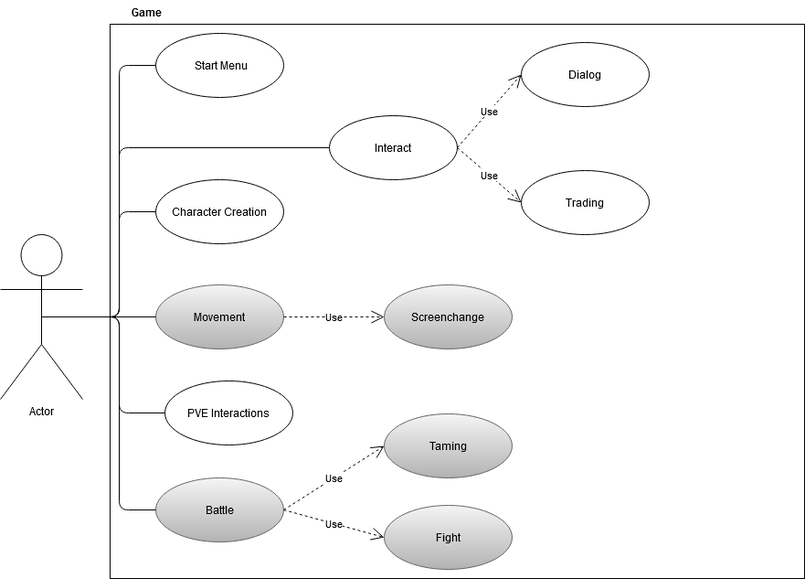
Above: use_cases.png in LittleBeasts/documentation (draw.io), before the change. Source tidied: cells renumbered, new cells last; positions are measured from the earlier drawing's top-left corner, leaving out a move shared by most shapes.
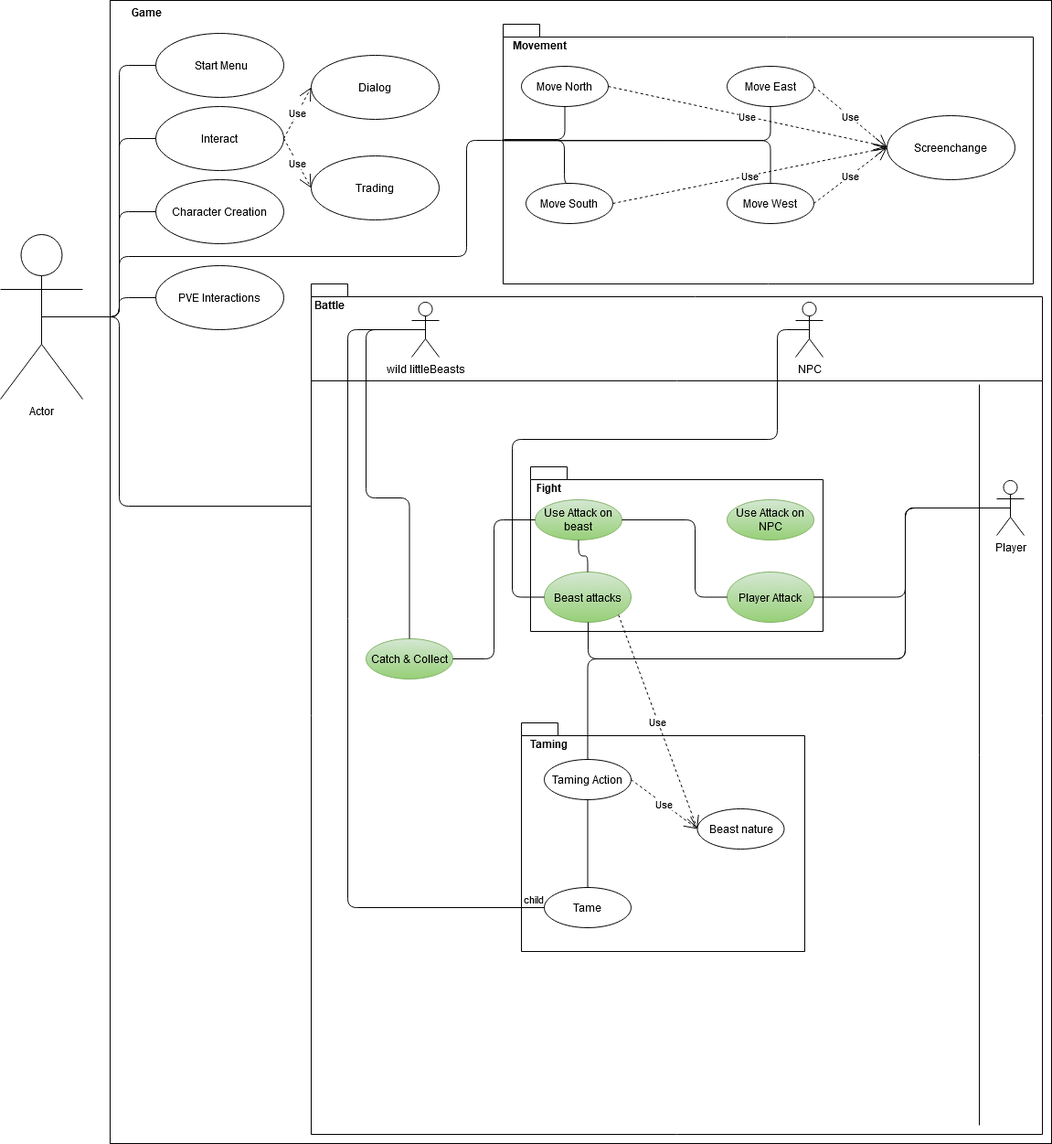
Later version of the same file.

Diff of the diagram source:
```diff
@@ -3,60 +3,36 @@
     <mxCell id="0" />
     <mxCell id="1" parent="0" />
     <mxCell id="2" value="Actor" style="shape=umlActor;verticalLabelPosition=bottom;verticalAlign=top;html=1;outlineConnect=0;" parent="1" vertex="1">
-      <mxGeometry y="256" width="90" height="180" as="geometry" />
+      <mxGeometry x="-230" y="152" width="90" height="180" as="geometry" />
     </mxCell>
     <mxCell id="3" style="html=1;" parent="1" vertex="1">
-      <mxGeometry x="120" y="26" width="760" height="606" as="geometry" />
+      <mxGeometry x="-110" y="-104" width="1030" height="1250" as="geometry" />
     </mxCell>
     <mxCell id="4" value="Game" style="text;align=center;fontStyle=1;verticalAlign=middle;spacingLeft=3;spacingRight=3;strokeColor=none;" parent="1" vertex="1">
-      <mxGeometry x="120" width="80" height="26" as="geometry" />
+      <mxGeometry x="-110" y="-104" width="80" height="26" as="geometry" />
     </mxCell>
-    <mxCell id="5" value="Movement" style="ellipse;whiteSpace=wrap;html=1;fillColor=#f5f5f5;gradientColor=#b3b3b3;strokeColor=#666666;" parent="1" vertex="1">
-      <mxGeometry x="170" y="311" width="140" height="70" as="geometry" />
-    </mxCell>
-    <mxCell id="6" value="Taming" style="ellipse;whiteSpace=wrap;html=1;gradientColor=#b3b3b3;fillColor=#f5f5f5;strokeColor=#666666;" parent="1" vertex="1">
-      <mxGeometry x="420" y="452" width="140" height="70" as="geometry" />
-    </mxCell>
-    <mxCell id="7" value="Battle" style="ellipse;whiteSpace=wrap;html=1;fillColor=#f5f5f5;gradientColor=#b3b3b3;strokeColor=#666666;" parent="1" vertex="1">
-      <mxGeometry x="170" y="522" width="140" height="70" as="geometry" />
-    </mxCell>
     <mxCell id="8" value="&lt;div&gt;&amp;nbsp;Start Menu&lt;/div&gt;" style="ellipse;whiteSpace=wrap;html=1;" parent="1" vertex="1">
-      <mxGeometry x="170" y="36" width="140" height="70" as="geometry" />
+      <mxGeometry x="-60" y="-68" width="140" height="70" as="geometry" />
     </mxCell>
-    <mxCell id="9" value="Fight" style="ellipse;whiteSpace=wrap;html=1;gradientColor=#b3b3b3;fillColor=#f5f5f5;strokeColor=#666666;" parent="1" vertex="1">
-      <mxGeometry x="420" y="552" width="140" height="70" as="geometry" />
-    </mxCell>
-    <mxCell id="10" style="endArrow=none;html=1;edgeStyle=orthogonalEdgeStyle;exitX=0.5;exitY=0.5;exitDx=0;exitDy=0;exitPerimeter=0;" parent="1" edge="1" source="2" target="5">
-      <mxGeometry relative="1" as="geometry" />
-    </mxCell>
     <mxCell id="11" style="endArrow=none;html=1;edgeStyle=orthogonalEdgeStyle;entryX=0;entryY=0.5;entryDx=0;entryDy=0;" parent="1" edge="1" source="2" target="8">
       <mxGeometry relative="1" as="geometry" />
     </mxCell>
-    <mxCell id="12" style="endArrow=none;html=1;edgeStyle=orthogonalEdgeStyle;entryX=0;entryY=0.5;entryDx=0;entryDy=0;" parent="1" edge="1" source="2" target="7">
-      <mxGeometry relative="1" as="geometry" />
-    </mxCell>
-    <mxCell id="13" value="Use" style="endArrow=open;endSize=12;dashed=1;html=1;exitX=1;exitY=0.5;exitDx=0;exitDy=0;entryX=0;entryY=0.5;entryDx=0;entryDy=0;" parent="1" edge="1" source="7" target="6">
-      <mxGeometry relative="1" as="geometry" />
-    </mxCell>
-    <mxCell id="14" value="Use" style="endArrow=open;endSize=12;dashed=1;html=1;exitX=1;exitY=0.5;exitDx=0;exitDy=0;entryX=0;entryY=0.5;entryDx=0;entryDy=0;" parent="1" edge="1" source="7" target="9">
-      <mxGeometry relative="1" as="geometry" />
-    </mxCell>
     <mxCell id="15" value="Interact" style="ellipse;whiteSpace=wrap;html=1;" parent="1" vertex="1">
-      <mxGeometry x="360" y="126" width="140" height="70" as="geometry" />
+      <mxGeometry x="-60" y="12" width="140" height="70" as="geometry" />
     </mxCell>
     <mxCell id="16" style="endArrow=none;html=1;edgeStyle=orthogonalEdgeStyle;exitX=0.5;exitY=0.5;exitDx=0;exitDy=0;exitPerimeter=0;entryX=0;entryY=0.5;entryDx=0;entryDy=0;" parent="1" edge="1" source="2" target="15">
       <mxGeometry relative="1" as="geometry">
         <Array as="points">
-          <mxPoint x="130" y="346" />
-          <mxPoint x="130" y="161" />
+          <mxPoint x="-100" y="242" />
+          <mxPoint x="-100" y="47" />
         </Array>
       </mxGeometry>
     </mxCell>
     <mxCell id="17" value="Dialog" style="ellipse;whiteSpace=wrap;html=1;" parent="1" vertex="1">
-      <mxGeometry x="570" y="46" width="140" height="70" as="geometry" />
+      <mxGeometry x="110" y="-44" width="140" height="70" as="geometry" />
     </mxCell>
     <mxCell id="18" value="Trading" style="ellipse;whiteSpace=wrap;html=1;" parent="1" vertex="1">
-      <mxGeometry x="570" y="186" width="140" height="70" as="geometry" />
+      <mxGeometry x="110" y="66" width="140" height="70" as="geometry" />
     </mxCell>
     <mxCell id="19" value="Use" style="endArrow=open;endSize=12;dashed=1;html=1;exitX=1;exitY=0.5;exitDx=0;exitDy=0;entryX=0;entryY=0.5;entryDx=0;entryDy=0;" parent="1" edge="1" source="15" target="17">
       <mxGeometry relative="1" as="geometry" />
@@ -64,28 +40,237 @@
     <mxCell id="20" value="Use" style="endArrow=open;endSize=12;dashed=1;html=1;exitX=1;exitY=0.5;exitDx=0;exitDy=0;entryX=0;entryY=0.5;entryDx=0;entryDy=0;" parent="1" edge="1" source="15" target="18">
       <mxGeometry relative="1" as="geometry" />
     </mxCell>
-    <mxCell id="21" value="Screenchange" style="ellipse;whiteSpace=wrap;html=1;gradientColor=#b3b3b3;fillColor=#f5f5f5;strokeColor=#666666;" parent="1" vertex="1">
-      <mxGeometry x="420" y="311" width="140" height="70" as="geometry" />
-    </mxCell>
-    <mxCell id="22" value="Use" style="endArrow=open;endSize=12;dashed=1;html=1;exitX=1;exitY=0.5;exitDx=0;exitDy=0;entryX=0;entryY=0.5;entryDx=0;entryDy=0;" parent="1" edge="1" source="5" target="21">
-      <mxGeometry relative="1" as="geometry" />
-    </mxCell>
     <mxCell id="23" value="Character Creation" style="ellipse;whiteSpace=wrap;html=1;strokeColor=#000000;" parent="1" vertex="1">
-      <mxGeometry x="170" y="196" width="140" height="70" as="geometry" />
+      <mxGeometry x="-60" y="92" width="140" height="70" as="geometry" />
     </mxCell>
     <mxCell id="24" style="endArrow=none;html=1;edgeStyle=orthogonalEdgeStyle;exitX=0.5;exitY=0.5;exitDx=0;exitDy=0;exitPerimeter=0;entryX=0;entryY=0.5;entryDx=0;entryDy=0;" parent="1" edge="1" source="2" target="23">
       <mxGeometry relative="1" as="geometry" />
     </mxCell>
     <mxCell id="25" value="PVE Interactions" style="ellipse;whiteSpace=wrap;html=1;strokeColor=#000000;" parent="1" vertex="1">
-      <mxGeometry x="180" y="416" width="140" height="70" as="geometry" />
+      <mxGeometry x="-60" y="186" width="140" height="70" as="geometry" />
     </mxCell>
     <mxCell id="26" style="endArrow=none;html=1;edgeStyle=orthogonalEdgeStyle;exitX=0.5;exitY=0.5;exitDx=0;exitDy=0;exitPerimeter=0;entryX=0;entryY=0.5;entryDx=0;entryDy=0;" parent="1" edge="1" source="2" target="25">
       <mxGeometry relative="1" as="geometry">
         <Array as="points">
-          <mxPoint x="130" y="346" />
-          <mxPoint x="130" y="451" />
+          <mxPoint x="-100" y="242" />
+          <mxPoint x="-100" y="221" />
         </Array>
       </mxGeometry>
     </mxCell>
+    <mxCell id="27" style="shape=folder;fontStyle=1;spacingTop=10;tabWidth=40;tabHeight=14;tabPosition=left;html=1;" parent="1" vertex="1">
+      <mxGeometry x="110" y="206" width="800" height="930" as="geometry" />
+    </mxCell>
+    <mxCell id="7" value="Battle" style="text;align=center;fontStyle=1;verticalAlign=middle;spacingLeft=3;spacingRight=3;strokeColor=none;points=[[0,0.5],[1,0.5]];portConstraint=eastwest;" parent="1" vertex="1">
+      <mxGeometry x="90" y="216" width="80" height="26" as="geometry" />
+    </mxCell>
+    <mxCell id="28" style="line;strokeWidth=1;fillColor=none;align=left;verticalAlign=middle;spacingTop=-1;spacingLeft=3;spacingRight=3;labelPosition=right;" parent="1" vertex="1">
+      <mxGeometry x="110" y="308" width="800" height="8" as="geometry" />
+    </mxCell>
+    <mxCell id="29" style="line;strokeWidth=1;fillColor=none;align=left;verticalAlign=middle;spacingTop=-1;spacingLeft=3;spacingRight=3;labelPosition=right;direction=south;" parent="1" vertex="1">
+      <mxGeometry x="840" y="316" width="2" height="810" as="geometry" />
+    </mxCell>
+    <mxCell id="30" value="Player" style="shape=umlActor;verticalLabelPosition=bottom;verticalAlign=top;html=1;" parent="1" vertex="1">
+      <mxGeometry x="860" y="421" width="30" height="60" as="geometry" />
+    </mxCell>
+    <mxCell id="31" value="&lt;div&gt;NPC&lt;/div&gt;" style="shape=umlActor;verticalLabelPosition=bottom;verticalAlign=top;html=1;" parent="1" vertex="1">
+      <mxGeometry x="640" y="226" width="30" height="60" as="geometry" />
+    </mxCell>
+    <mxCell id="32" value="wild littleBeasts" style="shape=umlActor;verticalLabelPosition=bottom;verticalAlign=top;html=1;" parent="1" vertex="1">
+      <mxGeometry x="220" y="226" width="30" height="60" as="geometry" />
+    </mxCell>
+    <mxCell id="33" style="shape=folder;fontStyle=1;spacingTop=10;tabWidth=40;tabHeight=14;tabPosition=left;html=1;" parent="1" vertex="1">
+      <mxGeometry x="350" y="406" width="320" height="180" as="geometry" />
+    </mxCell>
+    <mxCell id="9" value="Fight" style="text;align=center;fontStyle=1;verticalAlign=middle;spacingLeft=3;spacingRight=3;strokeColor=none;points=[[0,0.5],[1,0.5]];portConstraint=eastwest;" parent="1" vertex="1">
+      <mxGeometry x="330" y="416" width="80" height="26" as="geometry" />
+    </mxCell>
+    <mxCell id="34" value="Use Attack on beast" style="ellipse;whiteSpace=wrap;html=1;gradientColor=#97d077;fillColor=#d5e8d4;strokeColor=#82b366;" parent="1" vertex="1">
+      <mxGeometry x="355" y="442" width="95" height="44" as="geometry" />
+    </mxCell>
+    <mxCell id="35" value="Use Attack on NPC" style="ellipse;whiteSpace=wrap;html=1;gradientColor=#97d077;fillColor=#d5e8d4;strokeColor=#82b366;" parent="1" vertex="1">
+      <mxGeometry x="565" y="442" width="95" height="44" as="geometry" />
+    </mxCell>
+    <mxCell id="36" value="Beast attacks" style="ellipse;whiteSpace=wrap;html=1;gradientColor=#97d077;fillColor=#d5e8d4;strokeColor=#82b366;" parent="1" vertex="1">
+      <mxGeometry x="365" y="521" width="95" height="55" as="geometry" />
+    </mxCell>
+    <mxCell id="37" value="Player Attack" style="ellipse;whiteSpace=wrap;html=1;gradientColor=#97d077;fillColor=#d5e8d4;strokeColor=#82b366;" parent="1" vertex="1">
+      <mxGeometry x="565" y="521" width="95" height="55" as="geometry" />
+    </mxCell>
+    <mxCell id="38" value="Catch &amp;amp; Collect" style="ellipse;whiteSpace=wrap;html=1;fillColor=#d5e8d4;strokeColor=#82b366;gradientColor=#97d077;" parent="1" vertex="1">
+      <mxGeometry x="170" y="594" width="95" height="44" as="geometry" />
+    </mxCell>
+    <mxCell id="39" style="endArrow=none;html=1;edgeStyle=orthogonalEdgeStyle;entryX=1;entryY=0.5;entryDx=0;entryDy=0;exitX=0.5;exitY=0.5;exitDx=0;exitDy=0;exitPerimeter=0;" parent="1" edge="1" source="30" target="37">
+      <mxGeometry relative="1" as="geometry" />
+    </mxCell>
+    <mxCell id="40" style="endArrow=none;html=1;edgeStyle=orthogonalEdgeStyle;entryX=0.5;entryY=0.5;entryDx=0;entryDy=0;entryPerimeter=0;" parent="1" edge="1" target="30">
+      <mxGeometry relative="1" as="geometry">
+        <mxPoint x="413" y="576" as="sourcePoint" />
+        <Array as="points">
+          <mxPoint x="413" y="616" />
+          <mxPoint x="760" y="616" />
+          <mxPoint x="760" y="451" />
+        </Array>
+      </mxGeometry>
+    </mxCell>
+    <mxCell id="41" style="endArrow=none;html=1;edgeStyle=orthogonalEdgeStyle;exitX=0.5;exitY=1;exitDx=0;exitDy=0;entryX=0.5;entryY=0;entryDx=0;entryDy=0;" parent="1" edge="1" source="34" target="36">
+      <mxGeometry relative="1" as="geometry" />
+    </mxCell>
+    <mxCell id="42" style="endArrow=none;html=1;edgeStyle=orthogonalEdgeStyle;exitX=0;exitY=0.5;exitDx=0;exitDy=0;entryX=1;entryY=0.5;entryDx=0;entryDy=0;" parent="1" edge="1" source="37" target="34">
+      <mxGeometry relative="1" as="geometry">
+        <Array as="points">
+          <mxPoint x="530" y="548" />
+          <mxPoint x="530" y="464" />
+        </Array>
+      </mxGeometry>
+    </mxCell>
+    <mxCell id="43" style="endArrow=none;html=1;edgeStyle=orthogonalEdgeStyle;exitX=0;exitY=0.5;exitDx=0;exitDy=0;entryX=0.5;entryY=0.5;entryDx=0;entryDy=0;entryPerimeter=0;" parent="1" edge="1" source="36" target="31">
+      <mxGeometry relative="1" as="geometry">
+        <Array as="points">
+          <mxPoint x="330" y="548" />
+          <mxPoint x="330" y="376" />
+          <mxPoint x="620" y="376" />
+          <mxPoint x="620" y="256" />
+        </Array>
+      </mxGeometry>
+    </mxCell>
+    <mxCell id="44" style="endArrow=none;html=1;edgeStyle=orthogonalEdgeStyle;exitX=0.5;exitY=0;exitDx=0;exitDy=0;entryX=0.5;entryY=0.5;entryDx=0;entryDy=0;entryPerimeter=0;" parent="1" edge="1" source="38" target="32">
+      <mxGeometry relative="1" as="geometry">
+        <Array as="points">
+          <mxPoint x="217" y="440" />
+          <mxPoint x="170" y="440" />
+          <mxPoint x="170" y="256" />
+        </Array>
+      </mxGeometry>
+    </mxCell>
+    <mxCell id="45" style="endArrow=none;html=1;edgeStyle=orthogonalEdgeStyle;exitX=0;exitY=0.5;exitDx=0;exitDy=0;entryX=1;entryY=0.5;entryDx=0;entryDy=0;" parent="1" edge="1" source="34" target="38">
+      <mxGeometry relative="1" as="geometry" />
+    </mxCell>
+    <mxCell id="46" style="shape=folder;fontStyle=1;spacingTop=10;tabWidth=40;tabHeight=14;tabPosition=left;html=1;" parent="1" vertex="1">
+      <mxGeometry x="340" y="686" width="310" height="250" as="geometry" />
+    </mxCell>
+    <mxCell id="6" value="Taming" style="text;align=center;fontStyle=1;verticalAlign=middle;spacingLeft=3;spacingRight=3;strokeColor=none;points=[[0,0.5],[1,0.5]];portConstraint=eastwest;" parent="1" vertex="1">
+      <mxGeometry x="330" y="696" width="80" height="26" as="geometry" />
+    </mxCell>
+    <mxCell id="47" value="Taming Action" style="ellipse;whiteSpace=wrap;html=1;" parent="1" vertex="1">
+      <mxGeometry x="365" y="726" width="95" height="44" as="geometry" />
+    </mxCell>
+    <mxCell id="48" value="Tame" style="ellipse;whiteSpace=wrap;html=1;" parent="1" vertex="1">
+      <mxGeometry x="365" y="866" width="95" height="44" as="geometry" />
+    </mxCell>
+    <mxCell id="49" value="Beast nature" style="ellipse;whiteSpace=wrap;html=1;" parent="1" vertex="1">
+      <mxGeometry x="532.5" y="780" width="95" height="44" as="geometry" />
+    </mxCell>
+    <mxCell id="50" style="endArrow=none;html=1;edgeStyle=orthogonalEdgeStyle;exitX=0.5;exitY=1;exitDx=0;exitDy=0;entryX=0.5;entryY=0;entryDx=0;entryDy=0;" parent="1" edge="1" source="47" target="48">
+      <mxGeometry relative="1" as="geometry" />
+    </mxCell>
+    <mxCell id="51" style="endArrow=none;html=1;edgeStyle=orthogonalEdgeStyle;entryX=0;entryY=0.5;entryDx=0;entryDy=0;exitX=0.5;exitY=0.5;exitDx=0;exitDy=0;exitPerimeter=0;" parent="1" edge="1" source="32" target="48">
+      <mxGeometry relative="1" as="geometry">
+        <Array as="points">
+          <mxPoint x="150" y="256" />
+          <mxPoint x="150" y="888" />
+        </Array>
+      </mxGeometry>
+    </mxCell>
+    <mxCell id="52" value="child" style="edgeLabel;html=1;align=right;verticalAlign=bottom;" parent="51" vertex="1">
+      <mxGeometry x="1" relative="1" as="geometry" />
+    </mxCell>
+    <mxCell id="53" value="Use" style="endArrow=open;endSize=12;dashed=1;html=1;exitX=1;exitY=0.5;exitDx=0;exitDy=0;entryX=0;entryY=0.5;entryDx=0;entryDy=0;" parent="1" edge="1" source="47" target="49">
+      <mxGeometry relative="1" as="geometry" />
+    </mxCell>
+    <mxCell id="54" style="endArrow=none;html=1;edgeStyle=orthogonalEdgeStyle;exitX=0.5;exitY=0;exitDx=0;exitDy=0;entryX=0.5;entryY=0.5;entryDx=0;entryDy=0;entryPerimeter=0;" parent="1" edge="1" source="47" target="30">
+      <mxGeometry relative="1" as="geometry">
+        <Array as="points">
+          <mxPoint x="413" y="616" />
+          <mxPoint x="760" y="616" />
+          <mxPoint x="760" y="451" />
+        </Array>
+      </mxGeometry>
+    </mxCell>
+    <mxCell id="55" style="endArrow=none;html=1;edgeStyle=orthogonalEdgeStyle;exitX=0.5;exitY=0.5;exitDx=0;exitDy=0;exitPerimeter=0;entryX=0;entryY=0;entryDx=0;entryDy=243;entryPerimeter=0;" parent="1" edge="1" source="2" target="27">
+      <mxGeometry relative="1" as="geometry">
+        <Array as="points">
+          <mxPoint x="-100" y="242" />
+          <mxPoint x="-100" y="449" />
+        </Array>
+      </mxGeometry>
+    </mxCell>
+    <mxCell id="56" style="shape=folder;fontStyle=1;spacingTop=10;tabWidth=40;tabHeight=14;tabPosition=left;html=1;" parent="1" vertex="1">
+      <mxGeometry x="320" y="-78" width="580" height="284" as="geometry" />
+    </mxCell>
+    <mxCell id="57" value="Move North" style="ellipse;whiteSpace=wrap;html=1;" parent="1" vertex="1">
+      <mxGeometry x="340" y="-32" width="95" height="44" as="geometry" />
+    </mxCell>
+    <mxCell id="58" value="Move South" style="ellipse;whiteSpace=wrap;html=1;" parent="1" vertex="1">
+      <mxGeometry x="345" y="96" width="95" height="44" as="geometry" />
+    </mxCell>
+    <mxCell id="59" value="Move East" style="ellipse;whiteSpace=wrap;html=1;" parent="1" vertex="1">
+      <mxGeometry x="565" y="-32" width="95" height="44" as="geometry" />
+    </mxCell>
+    <mxCell id="60" value="Move West" style="ellipse;whiteSpace=wrap;html=1;" parent="1" vertex="1">
+      <mxGeometry x="565" y="96" width="95" height="44" as="geometry" />
+    </mxCell>
+    <mxCell id="21" value="Screenchange" style="ellipse;whiteSpace=wrap;html=1;" parent="1" vertex="1">
+      <mxGeometry x="740" y="22" width="140" height="70" as="geometry" />
+    </mxCell>
+    <mxCell id="5" value="Movement" style="text;align=center;fontStyle=1;verticalAlign=middle;spacingLeft=3;spacingRight=3;strokeColor=none;points=[[0,0.5],[1,0.5]];portConstraint=eastwest;" parent="1" vertex="1">
+      <mxGeometry x="320" y="-68" width="80" height="26" as="geometry" />
+    </mxCell>
+    <mxCell id="61" style="endArrow=none;html=1;edgeStyle=orthogonalEdgeStyle;exitX=0.5;exitY=0.5;exitDx=0;exitDy=0;exitPerimeter=0;" parent="1" edge="1" source="2">
+      <mxGeometry relative="1" as="geometry">
+        <mxPoint x="318" y="49" as="targetPoint" />
+        <Array as="points">
+          <mxPoint x="-100" y="242" />
+          <mxPoint x="-100" y="176" />
+          <mxPoint x="280" y="176" />
+          <mxPoint x="280" y="49" />
+        </Array>
+      </mxGeometry>
+    </mxCell>
+    <mxCell id="62" style="endArrow=none;html=1;edgeStyle=orthogonalEdgeStyle;exitX=0.5;exitY=1;exitDx=0;exitDy=0;entryX=0.002;entryY=0.444;entryDx=0;entryDy=0;entryPerimeter=0;" parent="1" edge="1" source="57" target="56">
+      <mxGeometry relative="1" as="geometry">
+        <Array as="points">
+          <mxPoint x="387" y="48" />
+        </Array>
+      </mxGeometry>
+    </mxCell>
+    <mxCell id="63" style="endArrow=none;html=1;edgeStyle=orthogonalEdgeStyle;exitX=0.5;exitY=0;exitDx=0;exitDy=0;entryX=-0.002;entryY=0.446;entryDx=0;entryDy=0;entryPerimeter=0;" parent="1" edge="1" source="58" target="56">
+      <mxGeometry relative="1" as="geometry">
+        <Array as="points">
+          <mxPoint x="387" y="96" />
+          <mxPoint x="387" y="49" />
+        </Array>
+      </mxGeometry>
+    </mxCell>
+    <mxCell id="64" style="endArrow=none;html=1;edgeStyle=orthogonalEdgeStyle;exitX=0.5;exitY=0;exitDx=0;exitDy=0;entryX=-0.002;entryY=0.448;entryDx=0;entryDy=0;entryPerimeter=0;" parent="1" edge="1" source="60" target="56">
+      <mxGeometry relative="1" as="geometry">
+        <Array as="points">
+          <mxPoint x="613" y="49" />
+        </Array>
+      </mxGeometry>
+    </mxCell>
+    <mxCell id="65" style="endArrow=none;html=1;edgeStyle=orthogonalEdgeStyle;exitX=0.5;exitY=1;exitDx=0;exitDy=0;entryX=-0.003;entryY=0.448;entryDx=0;entryDy=0;entryPerimeter=0;" parent="1" edge="1" source="59" target="56">
+      <mxGeometry relative="1" as="geometry">
+        <Array as="points">
+          <mxPoint x="613" y="49" />
+        </Array>
+      </mxGeometry>
+    </mxCell>
+    <mxCell id="66" value="Use" style="endArrow=open;endSize=12;dashed=1;html=1;exitX=1;exitY=0.5;exitDx=0;exitDy=0;entryX=0;entryY=0.5;entryDx=0;entryDy=0;" parent="1" edge="1" source="58" target="21">
+      <mxGeometry relative="1" as="geometry" />
+    </mxCell>
+    <mxCell id="67" value="Use" style="endArrow=open;endSize=12;dashed=1;html=1;exitX=1;exitY=0.5;exitDx=0;exitDy=0;" parent="1" edge="1" source="57">
+      <mxGeometry relative="1" as="geometry">
+        <mxPoint x="740" y="56" as="targetPoint" />
+      </mxGeometry>
+    </mxCell>
+    <mxCell id="68" value="Use" style="endArrow=open;endSize=12;dashed=1;html=1;exitX=1;exitY=0.5;exitDx=0;exitDy=0;entryX=0;entryY=0.5;entryDx=0;entryDy=0;" parent="1" edge="1" source="59" target="21">
+      <mxGeometry relative="1" as="geometry" />
+    </mxCell>
+    <mxCell id="69" value="Use" style="endArrow=open;endSize=12;dashed=1;html=1;exitX=1;exitY=0.5;exitDx=0;exitDy=0;entryX=0;entryY=0.5;entryDx=0;entryDy=0;" parent="1" edge="1" source="60" target="21">
+      <mxGeometry relative="1" as="geometry" />
+    </mxCell>
+    <mxCell id="70" value="Use" style="endArrow=open;endSize=12;dashed=1;html=1;exitX=1;exitY=1;exitDx=0;exitDy=0;entryX=0;entryY=0.5;entryDx=0;entryDy=0;" parent="1" edge="1" source="36" target="49">
+      <mxGeometry relative="1" as="geometry" />
+    </mxCell>
   </root>
 </mxGraphModel>
```
